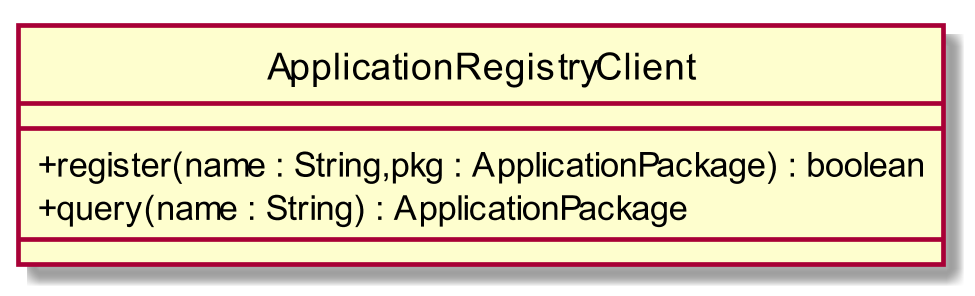
CoCodeSWE/Docs keeps this PlantUML diagram as RQ/Esterni/DefinizioneDiProdotto/images/ClassApplicationRegistryClient.png. Above is the earlier version.
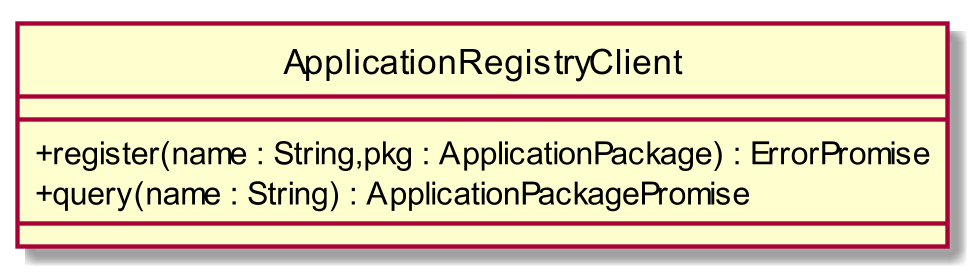
After the change.

The edit, as a diff of the source:
```diff
@@ -4,8 +4,8 @@
 interface ApplicationRegistryClient
 class ApplicationRegistryClient{
 __
-+ register(name : String,pkg : ApplicationPackage) : boolean
-+ query(name : String) : ApplicationPackage
++ register(name : String,pkg : ApplicationPackage) : ErrorPromise
++ query(name : String) : ApplicationPackagePromise
 __
 
 }
```
